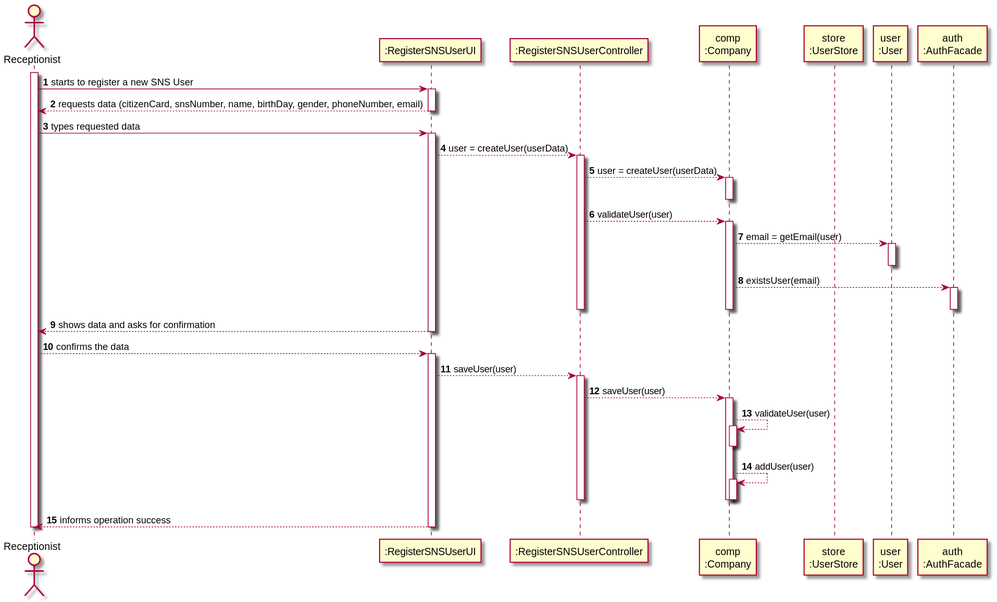
This is docs/SprintB/US03/SD/US03_SD.svg from miseEnPlace-i/lapr2, a PlantUML export, as it was before one commit.
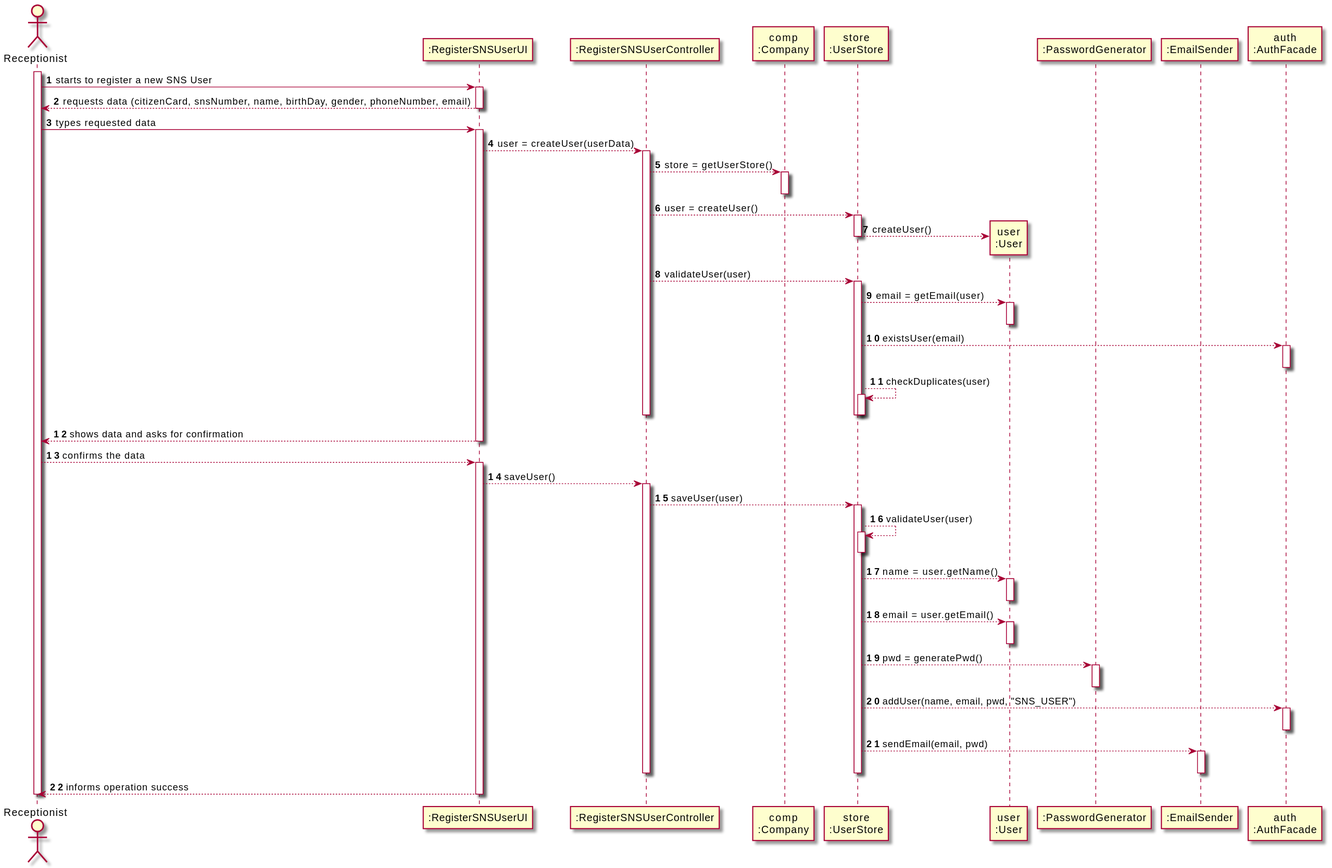
Later version of the same file.

Diff of the diagram source:
```diff
@@ -7,6 +7,8 @@
 participant "comp\n:Company" as COMP
 participant "store\n:UserStore" as STORE
 participant "user\n:User" as USER
+participant ":PasswordGenerator" as PWDGEN
+participant ":EmailSender" as EMAIL
 participant "auth\n:AuthFacade" as AUTH
 
 activate RECEPT
@@ -21,48 +23,73 @@
 UI --> CTRL : user = createUser(userData)
 activate CTRL
 
-CTRL --> COMP : user = createUser(userData)
+CTRL --> COMP : store = getUserStore()
 activate COMP
 deactivate COMP
 
-CTRL --> COMP : validateUser(user)
-activate COMP
+CTRL --> STORE : user = createUser()
+activate STORE
 
-COMP --> USER : email = getEmail(user)
+STORE --> USER** : createUser()
+
+deactivate STORE
+
+CTRL --> STORE : validateUser(user)
+activate STORE
+
+STORE --> USER : email = getEmail(user)
 activate USER
 deactivate USER
 
-COMP --> AUTH : existsUser(email)
+STORE --> AUTH : existsUser(email)
 activate AUTH
 deactivate AUTH
 
+STORE --> STORE : checkDuplicates(user)
+activate STORE
+deactivate STORE
 
-deactivate COMP
-
+deactivate STORE
 deactivate CTRL
 
 UI --> RECEPT : shows data and asks for confirmation
 deactivate UI
 
+
 RECEPT --> UI : confirms the data
 activate UI
 
-UI --> CTRL : saveUser(user)
+UI --> CTRL : saveUser()
 activate CTRL
 
-CTRL --> COMP : saveUser(user)
-activate COMP
+CTRL --> STORE : saveUser(user)
+activate STORE
 
-COMP --> COMP : validateUser(user)
-activate COMP
-deactivate COMP
+STORE --> STORE : validateUser(user)
+activate STORE
+deactivate STORE
 
-COMP --> COMP : addUser(user)
-activate COMP
-deactivate COMP
+STORE --> USER : name = user.getName()
+activate USER
+deactivate USER
 
-deactivate COMP
+STORE --> USER : email = user.getEmail()
+activate USER
+deactivate USER
 
+STORE --> PWDGEN : pwd = generatePwd()
+activate PWDGEN
+deactivate PWDGEN
+
+STORE --> AUTH : addUser(name, email, pwd, "SNS_USER")
+activate AUTH
+deactivate AUTH
+
+STORE --> EMAIL : sendEmail(email, pwd)
+activate EMAIL
+deactivate EMAIL
+
+deactivate STORE
 deactivate CTRL
 
 UI --> RECEPT : informs operation success
```
